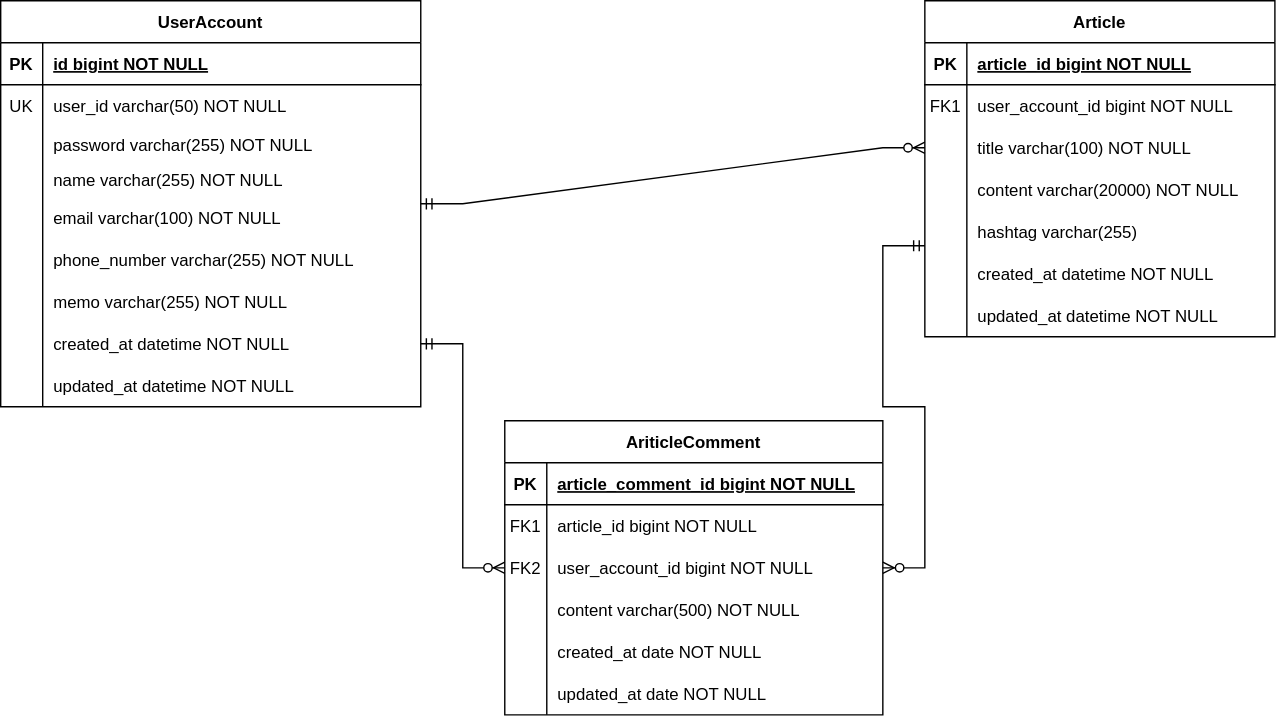
This is boarding-express/boardingExpress ERD.drawio.svg from 6161990/T-Express, a draw.io export, as it was before one commit. Source tidied: cells renumbered, new cells last; positions are measured from the earlier drawing's top-left corner, leaving out a move shared by most shapes.
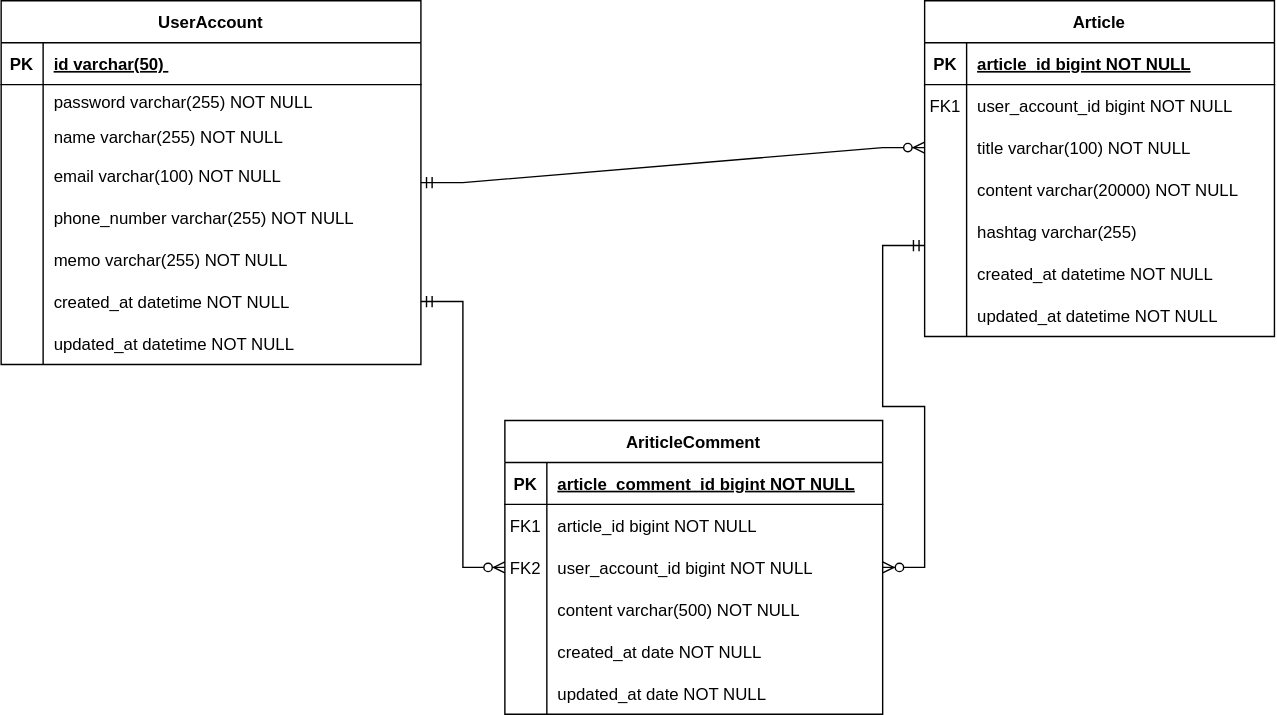
The same file after the commit.

Change to the diagram source:
```diff
@@ -3,7 +3,7 @@
     <mxCell id="0" />
     <mxCell id="1" parent="0" />
     <mxCell id="2" value="UserAccount" style="shape=table;startSize=30;rowLines=0;fontStyle=1;align=center;" parent="1" vertex="1">
-      <mxGeometry width="300" height="290" as="geometry" />
+      <mxGeometry width="300" height="260" as="geometry" />
     </mxCell>
     <mxCell id="3" style="shape=partialRectangle;fillColor=none;top=0;left=0;right=0;bottom=1;" parent="2" vertex="1">
       <mxGeometry y="30" width="300" height="30" as="geometry" />
@@ -11,20 +11,11 @@
     <mxCell id="4" value="PK" style="shape=partialRectangle;overflow=hidden;fillColor=none;top=0;left=0;bottom=0;right=0;fontStyle=1;" parent="3" vertex="1">
       <mxGeometry width="30" height="30" as="geometry" />
     </mxCell>
-    <mxCell id="5" value="id bigint NOT NULL " style="shape=partialRectangle;overflow=hidden;fillColor=none;top=0;left=0;bottom=0;right=0;align=left;spacingLeft=6;fontStyle=5;" parent="3" vertex="1">
+    <mxCell id="5" value="id varchar(50) " style="shape=partialRectangle;overflow=hidden;fillColor=none;top=0;left=0;bottom=0;right=0;align=left;spacingLeft=6;fontStyle=5;" parent="3" vertex="1">
       <mxGeometry x="30" width="270" height="30" as="geometry" />
     </mxCell>
-    <mxCell id="6" style="shape=partialRectangle;fillColor=none;top=0;left=0;right=0;bottom=0;" parent="2" vertex="1">
-      <mxGeometry y="60" width="300" height="30" as="geometry" />
-    </mxCell>
-    <mxCell id="7" value="UK" style="shape=partialRectangle;overflow=hidden;fillColor=none;top=0;left=0;bottom=0;right=0;" parent="6" vertex="1">
-      <mxGeometry width="30" height="30" as="geometry" />
-    </mxCell>
-    <mxCell id="8" value="user_id varchar(50) NOT NULL" style="shape=partialRectangle;overflow=hidden;fillColor=none;top=0;left=0;bottom=0;right=0;align=left;spacingLeft=6;" parent="6" vertex="1">
-      <mxGeometry x="30" width="270" height="30" as="geometry" />
-    </mxCell>
     <mxCell id="9" style="shape=partialRectangle;fillColor=none;top=0;left=0;right=0;bottom=0;" parent="2" vertex="1">
-      <mxGeometry y="90" width="300" height="25" as="geometry" />
+      <mxGeometry y="60" width="300" height="25" as="geometry" />
     </mxCell>
     <mxCell id="10" style="shape=partialRectangle;overflow=hidden;fillColor=none;top=0;left=0;bottom=0;right=0;" parent="9" vertex="1">
       <mxGeometry width="30" height="25" as="geometry" />
@@ -33,7 +24,7 @@
       <mxGeometry x="30" width="270" height="25" as="geometry" />
     </mxCell>
     <mxCell id="12" style="shape=partialRectangle;fillColor=none;top=0;left=0;right=0;bottom=0;" parent="2" vertex="1">
-      <mxGeometry y="115" width="300" height="25" as="geometry" />
+      <mxGeometry y="85" width="300" height="25" as="geometry" />
     </mxCell>
     <mxCell id="13" style="shape=partialRectangle;overflow=hidden;fillColor=none;top=0;left=0;bottom=0;right=0;" parent="12" vertex="1">
       <mxGeometry width="30" height="25" as="geometry" />
@@ -42,7 +33,7 @@
       <mxGeometry x="30" width="270" height="25" as="geometry" />
     </mxCell>
     <mxCell id="15" style="shape=partialRectangle;fillColor=none;top=0;left=0;right=0;bottom=0;" parent="2" vertex="1">
-      <mxGeometry y="140" width="300" height="30" as="geometry" />
+      <mxGeometry y="110" width="300" height="30" as="geometry" />
     </mxCell>
     <mxCell id="16" style="shape=partialRectangle;overflow=hidden;fillColor=none;top=0;left=0;bottom=0;right=0;" parent="15" vertex="1">
       <mxGeometry width="30" height="30" as="geometry" />
@@ -51,7 +42,7 @@
       <mxGeometry x="30" width="270" height="30" as="geometry" />
     </mxCell>
     <mxCell id="18" style="shape=partialRectangle;fillColor=none;top=0;left=0;right=0;bottom=0;" parent="2" vertex="1">
-      <mxGeometry y="170" width="300" height="30" as="geometry" />
+      <mxGeometry y="140" width="300" height="30" as="geometry" />
     </mxCell>
     <mxCell id="19" style="shape=partialRectangle;overflow=hidden;fillColor=none;top=0;left=0;bottom=0;right=0;" parent="18" vertex="1">
       <mxGeometry width="30" height="30" as="geometry" />
@@ -60,7 +51,7 @@
       <mxGeometry x="30" width="270" height="30" as="geometry" />
     </mxCell>
     <mxCell id="21" style="shape=partialRectangle;fillColor=none;top=0;left=0;right=0;bottom=0;" parent="2" vertex="1">
-      <mxGeometry y="200" width="300" height="30" as="geometry" />
+      <mxGeometry y="170" width="300" height="30" as="geometry" />
     </mxCell>
     <mxCell id="22" style="shape=partialRectangle;overflow=hidden;fillColor=none;top=0;left=0;bottom=0;right=0;" parent="21" vertex="1">
       <mxGeometry width="30" height="30" as="geometry" />
@@ -69,7 +60,7 @@
       <mxGeometry x="30" width="270" height="30" as="geometry" />
     </mxCell>
     <mxCell id="24" style="shape=partialRectangle;fillColor=none;points=[[0,0.5],[1,0.5]];portConstraint=eastwest;top=0;left=0;right=0;bottom=0;" parent="2" vertex="1">
-      <mxGeometry y="230" width="300" height="30" as="geometry" />
+      <mxGeometry y="200" width="300" height="30" as="geometry" />
     </mxCell>
     <mxCell id="25" style="shape=partialRectangle;overflow=hidden;fillColor=none;top=0;left=0;bottom=0;right=0;" parent="24" vertex="1">
       <mxGeometry width="30" height="30" as="geometry" />
@@ -78,7 +69,7 @@
       <mxGeometry x="30" width="270" height="30" as="geometry" />
     </mxCell>
     <mxCell id="27" style="shape=partialRectangle;fillColor=none;top=0;left=0;right=0;bottom=0;" parent="2" vertex="1">
-      <mxGeometry y="260" width="300" height="30" as="geometry" />
+      <mxGeometry y="230" width="300" height="30" as="geometry" />
     </mxCell>
     <mxCell id="28" style="shape=partialRectangle;overflow=hidden;fillColor=none;top=0;left=0;bottom=0;right=0;" parent="27" vertex="1">
       <mxGeometry width="30" height="30" as="geometry" />
```
